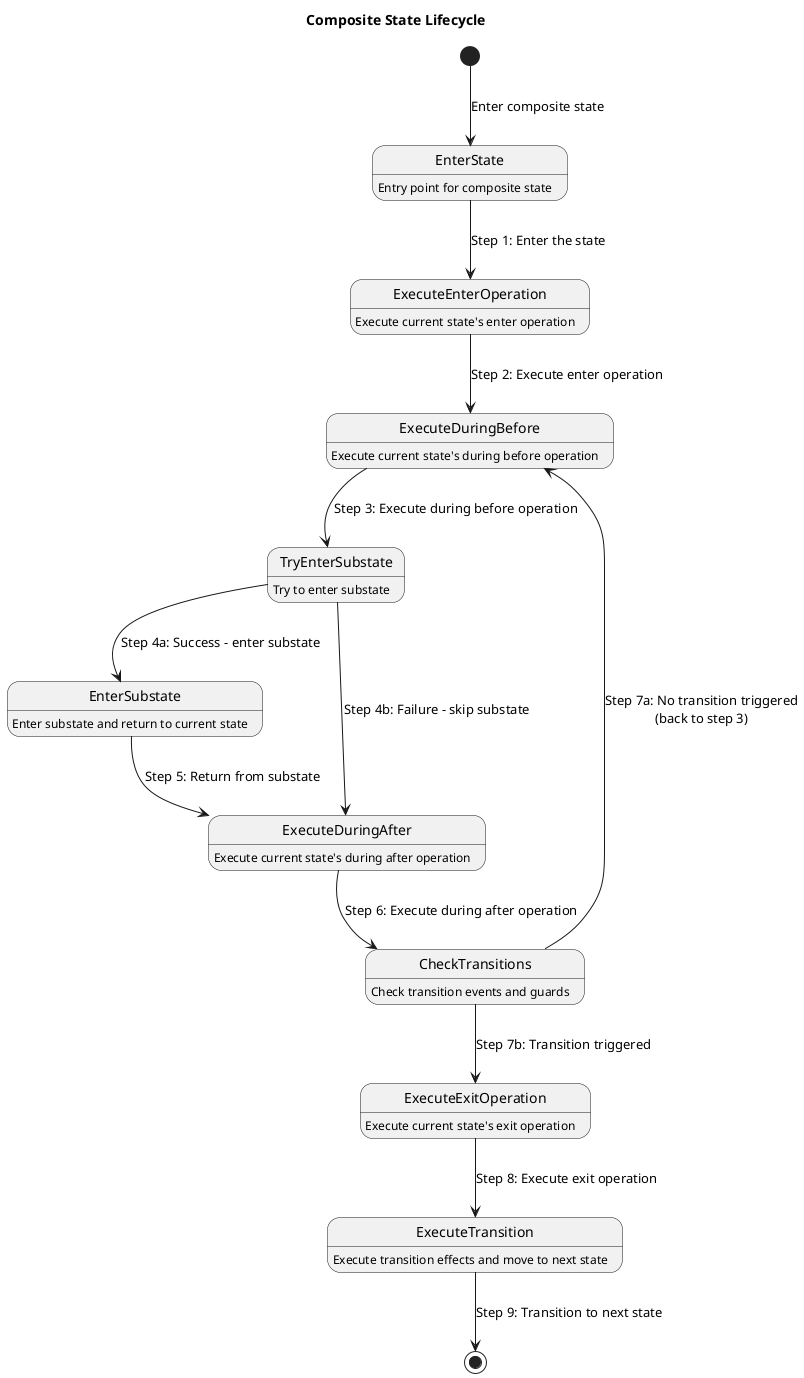
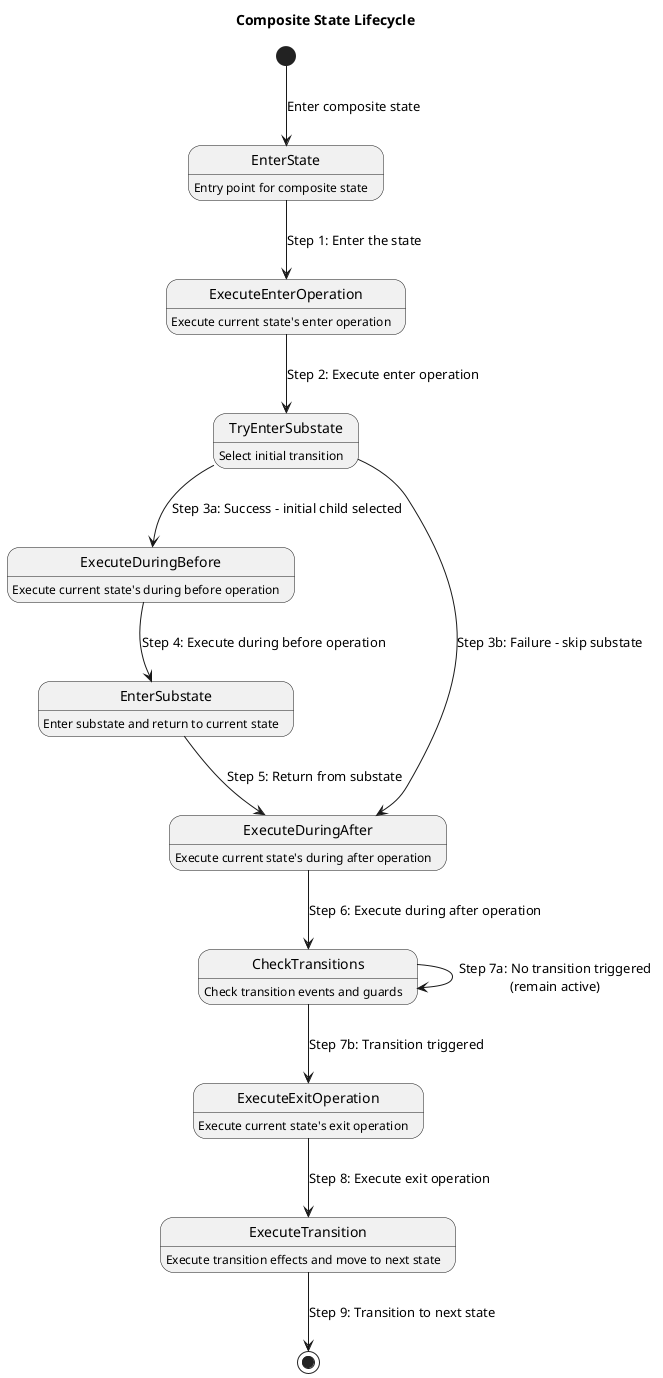
@startuml
title Composite State Lifecycle

[*] --> EnterState : Enter composite state

state EnterState {
  EnterState : Entry point for composite state
}

EnterState --> ExecuteEnterOperation : Step 1: Enter the state

state ExecuteEnterOperation {
  ExecuteEnterOperation : Execute current state's enter operation
}

- ExecuteEnterOperation --> ExecuteDuringBefore : Step 2: Execute enter operation
+ ExecuteEnterOperation --> TryEnterSubstate : Step 2: Execute enter operation
+ 
+ state TryEnterSubstate {
+   TryEnterSubstate : Select initial transition
+ }
+ 
+ TryEnterSubstate --> ExecuteDuringBefore : Step 3a: Success - initial child selected
+ TryEnterSubstate --> ExecuteDuringAfter : Step 3b: Failure - skip substate

state ExecuteDuringBefore {
  ExecuteDuringBefore : Execute current state's during before operation
}

- ExecuteDuringBefore --> TryEnterSubstate : Step 3: Execute during before operation
- 
- state TryEnterSubstate {
-   TryEnterSubstate : Try to enter substate
- }
- 
- TryEnterSubstate --> EnterSubstate : Step 4a: Success - enter substate
- TryEnterSubstate --> ExecuteDuringAfter : Step 4b: Failure - skip substate
+ ExecuteDuringBefore --> EnterSubstate : Step 4: Execute during before operation

state EnterSubstate {
  EnterSubstate : Enter substate and return to current state
}

EnterSubstate --> ExecuteDuringAfter : Step 5: Return from substate

state ExecuteDuringAfter {
  ExecuteDuringAfter : Execute current state's during after operation
}

ExecuteDuringAfter --> CheckTransitions : Step 6: Execute during after operation

state CheckTransitions {
  CheckTransitions : Check transition events and guards
}

- CheckTransitions --> ExecuteDuringBefore : Step 7a: No transition triggered\n(back to step 3)
+ CheckTransitions --> CheckTransitions : Step 7a: No transition triggered\n(remain active)
CheckTransitions --> ExecuteExitOperation : Step 7b: Transition triggered

state ExecuteExitOperation {
  ExecuteExitOperation : Execute current state's exit operation
}

ExecuteExitOperation --> ExecuteTransition : Step 8: Execute exit operation

state ExecuteTransition {
  ExecuteTransition : Execute transition effects and move to next state
}

ExecuteTransition --> [*] : Step 9: Transition to next state
@enduml